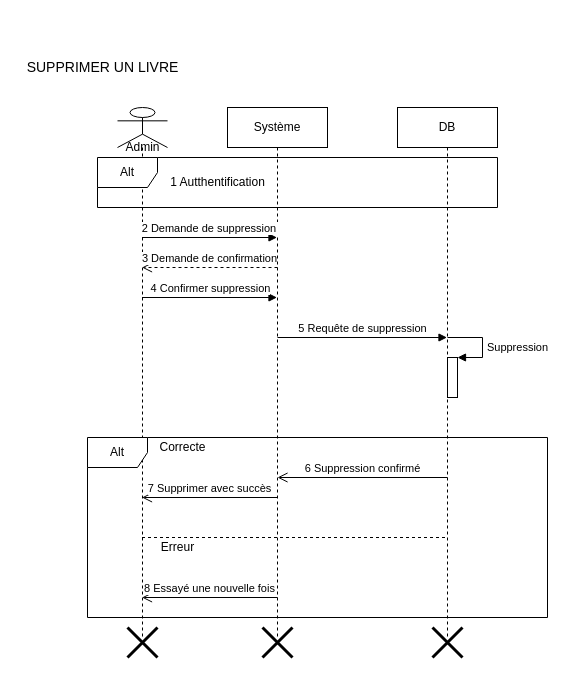
keidy001/virtual-biblio keeps this draw.io diagram as page "Suppression" (15 of 18) of Untitled Diagram.drawio. Above is the earlier version. Source tidied: cells renumbered, new cells numbered last; positions are measured from the earlier drawing's top-left corner, leaving out a move shared by most shapes. Both pictures are drawn from the tidied source at 100%, with x=0, y=0 at pixel (17, 57).
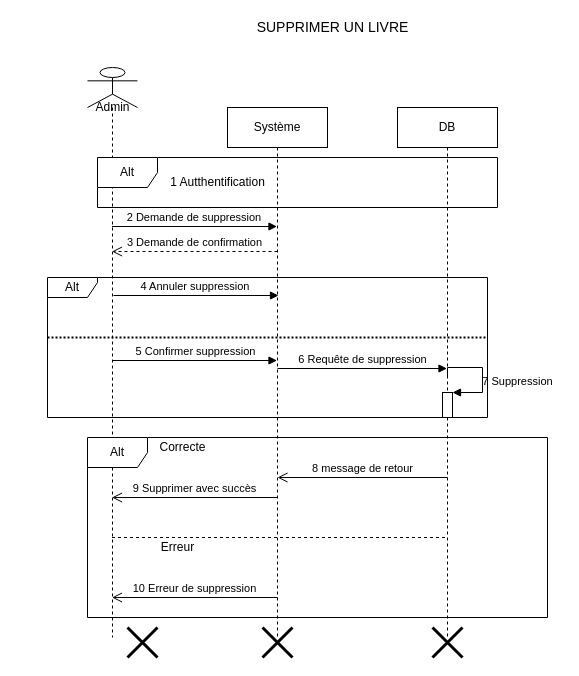
The same diagram, later.

The change refers to these unchanged cells:
```xml
<mxCell id="4" value="DB" style="shape=umlLifeline;perimeter=lifelinePerimeter;whiteSpace=wrap;html=1;outlineConnect=0;" parent="1" vertex="1">
  <mxGeometry x="380" y="50" width="100" height="530" as="geometry" />
</mxCell>
<mxCell id="7" value="Système" style="shape=umlLifeline;perimeter=lifelinePerimeter;whiteSpace=wrap;html=1;" parent="1" vertex="1">
  <mxGeometry x="210" y="50" width="100" height="530" as="geometry" />
</mxCell>
```

The edit, as a diff of the source:
```diff
@@
     <mxCell id="2" style="shape=umlLifeline;participant=umlActor;perimeter=lifelinePerimeter;whiteSpace=wrap;html=1;verticalAlign=top;spacingTop=36;outlineConnect=0;" parent="1" vertex="1">
-      <mxGeometry x="100" y="50" width="50" height="530" as="geometry" />
+      <mxGeometry x="70" y="10" width="50" height="570" as="geometry" />
     </mxCell>
@@
     <mxCell id="5" style="html=1;points=[];perimeter=orthogonalPerimeter;fontSize=14;" parent="4" vertex="1">
-      <mxGeometry x="50" y="250" width="10" height="40" as="geometry" />
+      <mxGeometry x="45" y="285" width="10" height="25" as="geometry" />
     </mxCell>
-    <mxCell id="6" style="edgeStyle=orthogonalEdgeStyle;html=1;align=left;spacingLeft=2;endArrow=block;rounded=0;entryX=1;entryY=0;fontSize=14;" parent="4" edge="1" target="5">
+    <mxCell id="6" style="edgeStyle=orthogonalEdgeStyle;html=1;align=left;spacingLeft=2;endArrow=block;rounded=0;entryX=1;entryY=0;fontSize=14;exitX=0.5;exitY=0.509;exitDx=0;exitDy=0;exitPerimeter=0;" parent="4" edge="1" source="4" target="5">
       <mxGeometry x="0.12" y="105" relative="1" as="geometry">
-        <mxPoint x="50" y="230" as="sourcePoint" />
         <Array as="points">
-          <mxPoint x="85" y="230" />
+          <mxPoint x="50" y="260" />
+          <mxPoint x="85" y="260" />
+          <mxPoint x="85" y="285" />
         </Array>
       </mxGeometry>
     </mxCell>
@@
+    <mxCell id="26" value="4 Annuler suppression&amp;nbsp;" style="html=1;verticalAlign=bottom;endArrow=block;rounded=0;" parent="7" edge="1">
+      <mxGeometry relative="1" as="geometry">
+        <mxPoint x="-114" y="188" as="sourcePoint" />
+        <mxPoint x="51" y="188" as="targetPoint" />
+      </mxGeometry>
+    </mxCell>
     <mxCell id="8" value="3 Demande de confirmation" style="html=1;verticalAlign=bottom;endArrow=open;dashed=1;endSize=8;rounded=0;" parent="1" edge="1">
       <mxGeometry relative="1" as="geometry">
-        <mxPoint x="260" y="210" as="sourcePoint" />
-        <mxPoint x="124.5" y="210" as="targetPoint" />
+        <mxPoint x="260" y="194" as="sourcePoint" />
+        <mxPoint x="94.5" y="194" as="targetPoint" />
       </mxGeometry>
     </mxCell>
-    <mxCell id="9" value="4 Confirmer suppression" style="html=1;verticalAlign=bottom;endArrow=block;rounded=0;" parent="1" edge="1" source="2">
+    <mxCell id="9" value="5 Confirmer suppression" style="html=1;verticalAlign=bottom;endArrow=block;rounded=0;" parent="1" edge="1">
       <mxGeometry relative="1" as="geometry">
-        <mxPoint x="259.5" y="240" as="targetPoint" />
+        <mxPoint x="94.5" y="303" as="sourcePoint" />
+        <mxPoint x="259.5" y="303" as="targetPoint" />
       </mxGeometry>
     </mxCell>
-    <mxCell id="10" value="5 Requête de suppression" style="html=1;verticalAlign=bottom;endArrow=block;rounded=0;" parent="1" edge="1">
+    <mxCell id="10" value="6 Requête de suppression" style="html=1;verticalAlign=bottom;endArrow=block;rounded=0;" parent="1" edge="1">
       <mxGeometry relative="1" as="geometry">
-        <mxPoint x="260" y="280" as="sourcePoint" />
-        <mxPoint x="429.5" y="280" as="targetPoint" />
+        <mxPoint x="260" y="311" as="sourcePoint" />
+        <mxPoint x="429.5" y="311" as="targetPoint" />
       </mxGeometry>
     </mxCell>
@@
-    <mxCell id="13" value="6 Suppression confirmé" style="html=1;verticalAlign=bottom;endArrow=open;endSize=8;rounded=0;" parent="1" edge="1">
+    <mxCell id="13" value="8 message de retour" style="html=1;verticalAlign=bottom;endArrow=open;endSize=8;rounded=0;" parent="1" edge="1">
       <mxGeometry relative="1" as="geometry">
         <mxPoint x="430" y="420" as="sourcePoint" />
         <mxPoint x="260" y="420" as="targetPoint" />
       </mxGeometry>
     </mxCell>
-    <mxCell id="14" value="7 Supprimer avec succès" style="html=1;verticalAlign=bottom;endArrow=open;endSize=8;rounded=0;" parent="1" edge="1" target="2">
+    <mxCell id="14" value="9 Supprimer avec succès" style="html=1;verticalAlign=bottom;endArrow=open;endSize=8;rounded=0;" parent="1" edge="1" target="2">
       <mxGeometry relative="1" as="geometry">
         <mxPoint x="260" y="440" as="sourcePoint" />
       </mxGeometry>
     </mxCell>
@@
-    <mxCell id="17" value="8 Essayé une nouvelle fois" style="html=1;verticalAlign=bottom;endArrow=open;endSize=8;rounded=0;" parent="1" edge="1" target="2">
+    <mxCell id="17" value="10 Erreur de suppression" style="html=1;verticalAlign=bottom;endArrow=open;endSize=8;rounded=0;" parent="1" edge="1" target="2">
       <mxGeometry relative="1" as="geometry">
         <mxPoint x="260" y="540" as="sourcePoint" />
       </mxGeometry>
     </mxCell>
     <mxCell id="18" value="&lt;font style=&quot;font-size: 14px&quot;&gt;SUPPRIMER UN LIVRE&lt;/font&gt;" style="text;html=1;align=center;verticalAlign=middle;strokeColor=none;fillColor=none;" parent="1" vertex="1">
-      <mxGeometry width="170" height="20" as="geometry" />
+      <mxGeometry x="230" y="-40" width="170" height="20" as="geometry" />
     </mxCell>
@@
-    <mxCell id="21" value="2 Demande de suppression&amp;nbsp;" style="html=1;verticalAlign=bottom;endArrow=block;rounded=0;" parent="1" edge="1" source="2">
+    <mxCell id="21" value="2 Demande de suppression&amp;nbsp;" style="html=1;verticalAlign=bottom;endArrow=block;rounded=0;" parent="1" edge="1">
       <mxGeometry relative="1" as="geometry">
-        <mxPoint x="259.5" y="180" as="targetPoint" />
+        <mxPoint x="94.5" y="169" as="sourcePoint" />
+        <mxPoint x="259.5" y="169" as="targetPoint" />
       </mxGeometry>
     </mxCell>
-    <mxCell id="22" value="Suppression" style="text;html=1;align=center;verticalAlign=middle;strokeColor=none;fillColor=none;fontSize=11;" parent="1" vertex="1">
-      <mxGeometry x="460" y="280" width="80" height="20" as="geometry" />
+    <mxCell id="22" value="7 Suppression" style="text;html=1;align=center;verticalAlign=middle;strokeColor=none;fillColor=none;fontSize=11;" parent="1" vertex="1">
+      <mxGeometry x="455" y="314" width="90" height="20" as="geometry" />
     </mxCell>
@@
+    <mxCell id="27" value="Alt" style="shape=umlFrame;whiteSpace=wrap;html=1;width=50;height=20;" parent="1" vertex="1">
+      <mxGeometry x="30" y="220" width="440" height="140" as="geometry" />
+    </mxCell>
+    <mxCell id="28" style="endArrow=none;dashed=1;html=1;strokeWidth=2;rounded=0;exitX=0;exitY=0.6;exitDx=0;exitDy=0;exitPerimeter=0;entryX=1;entryY=0.6;entryDx=0;entryDy=0;entryPerimeter=0;dashPattern=1 1;" parent="1" edge="1">
+      <mxGeometry relative="1" as="geometry">
+        <mxPoint x="30" y="280" as="sourcePoint" />
+        <mxPoint x="470" y="280" as="targetPoint" />
+      </mxGeometry>
+    </mxCell>
```
